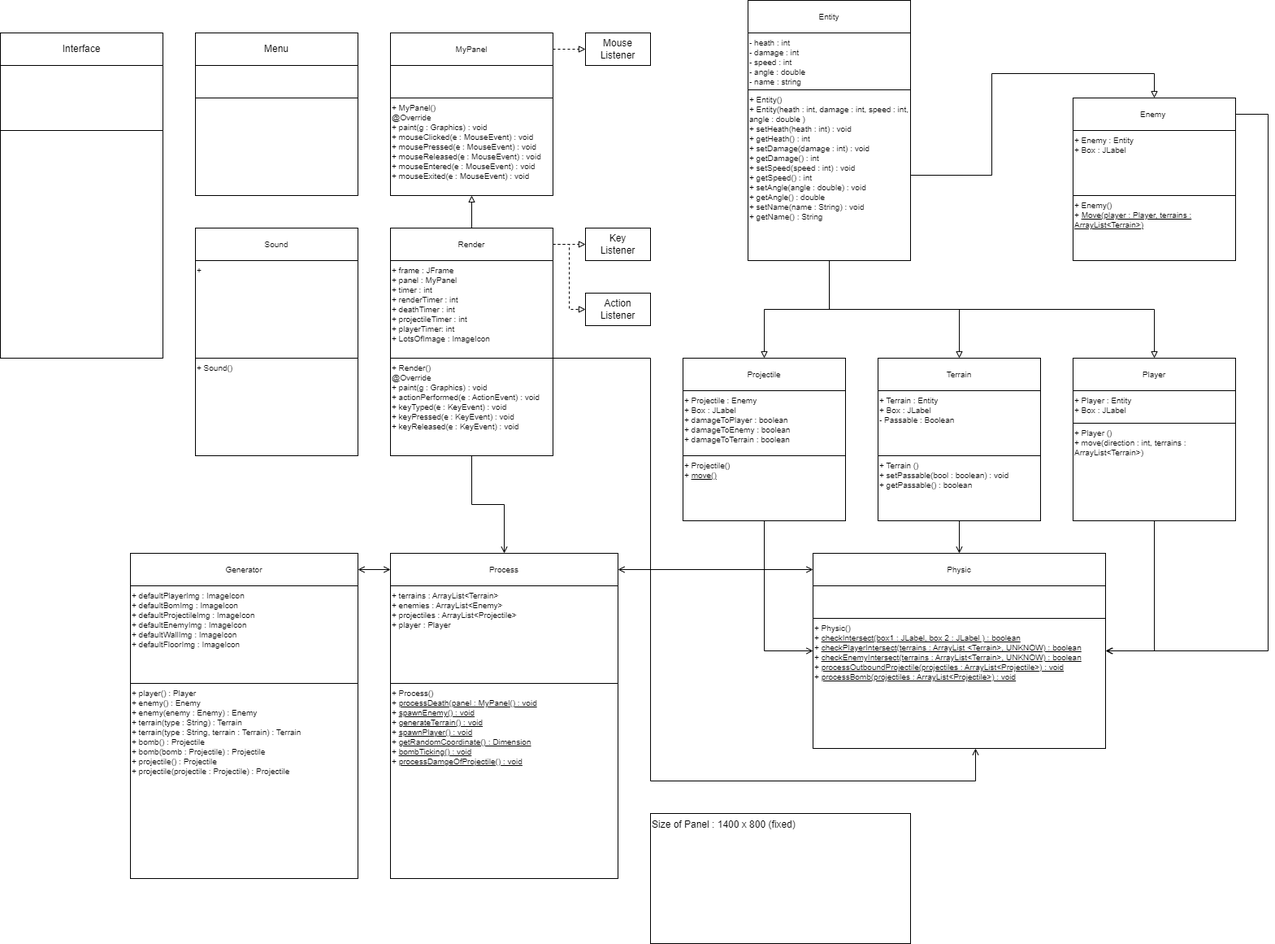
This is Guides/Class Diagram.drawio.png from Anh39/Bomberman, a draw.io export, as it was before one commit. Source tidied: cells renumbered, new cells last; positions are measured from the earlier drawing's top-left corner, leaving out a move shared by most shapes.
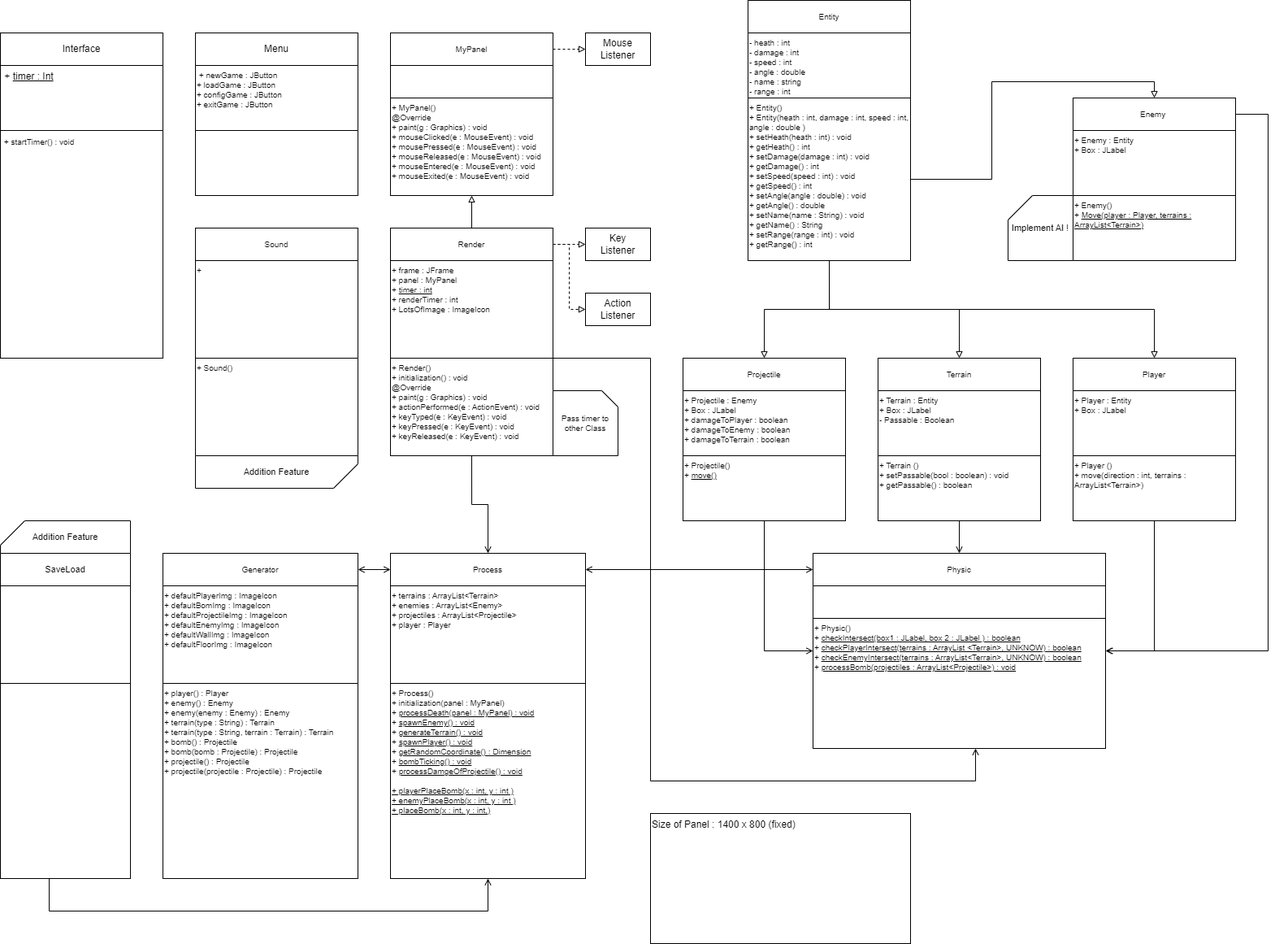
Later version of the same file.

Diff of the diagram source:
```diff
@@ -18,7 +18,7 @@
       <mxGeometry x="1320" y="440" width="200" height="40" as="geometry" />
     </mxCell>
     <mxCell id="7" value="+ Player : Entity&lt;br style=&quot;font-size: 10px;&quot;&gt;+ Box : JLabel" style="rounded=0;whiteSpace=wrap;html=1;align=left;verticalAlign=top;fontSize=10;" parent="1" vertex="1">
-      <mxGeometry x="1320" y="480" width="200" height="40" as="geometry" />
+      <mxGeometry x="1320" y="480" width="200" height="80" as="geometry" />
     </mxCell>
     <mxCell id="8" style="rounded=0;whiteSpace=wrap;html=1;fontSize=10;" parent="1" vertex="1">
       <mxGeometry x="920" width="200" height="320" as="geometry" />
@@ -38,11 +38,11 @@
     <mxCell id="13" style="edgeStyle=orthogonalEdgeStyle;rounded=0;jettySize=auto;html=1;exitX=1;exitY=0.5;exitDx=0;exitDy=0;entryX=0.5;entryY=0;entryDx=0;entryDy=0;endArrow=block;endFill=0;" parent="1" edge="1" source="14" target="18">
       <mxGeometry relative="1" as="geometry" />
     </mxCell>
-    <mxCell id="14" value="+ Entity()&lt;br&gt;+ Entity(heath : int, damage : int, speed : int, angle : double )&lt;br&gt;+ setHeath(heath : int) : void&lt;br&gt;+ getHeath() : int&lt;br&gt;+ setDamage(damage : int) : void&lt;br&gt;+ getDamage() : int&lt;br&gt;+ setSpeed(speed : int) : void&lt;br&gt;+ getSpeed() : int&lt;br&gt;+ setAngle(angle : double) : void&lt;br&gt;+ getAngle() : double&amp;nbsp;&lt;br&gt;+ setName(name : String) : void&lt;br&gt;+ getName() : String&lt;br&gt;&lt;div style=&quot;&quot;&gt;&lt;br&gt;&lt;/div&gt;" style="rounded=0;whiteSpace=wrap;html=1;fontSize=10;align=left;verticalAlign=top;" parent="1" vertex="1">
-      <mxGeometry x="920" y="110" width="200" height="210" as="geometry" />
+    <mxCell id="14" value="+ Entity()&lt;br&gt;+ Entity(heath : int, damage : int, speed : int, angle : double )&lt;br&gt;+ setHeath(heath : int) : void&lt;br&gt;+ getHeath() : int&lt;br&gt;+ setDamage(damage : int) : void&lt;br&gt;+ getDamage() : int&lt;br&gt;+ setSpeed(speed : int) : void&lt;br&gt;+ getSpeed() : int&lt;br&gt;+ setAngle(angle : double) : void&lt;br&gt;+ getAngle() : double&amp;nbsp;&lt;br&gt;+ setName(name : String) : void&lt;br&gt;+ getName() : String&lt;br&gt;&lt;div style=&quot;&quot;&gt;+ setRange(range : int) : void&lt;/div&gt;&lt;div style=&quot;&quot;&gt;+ getRange() : int&lt;/div&gt;" style="rounded=0;whiteSpace=wrap;html=1;fontSize=10;align=left;verticalAlign=top;" parent="1" vertex="1">
+      <mxGeometry x="920" y="120" width="200" height="200" as="geometry" />
     </mxCell>
-    <mxCell id="15" value="- heath : int&lt;br&gt;- damage : int&lt;br&gt;- speed : int&lt;br&gt;&lt;div style=&quot;&quot;&gt;&lt;span style=&quot;background-color: initial;&quot;&gt;- angle : double&lt;/span&gt;&lt;/div&gt;&lt;div style=&quot;&quot;&gt;&lt;span style=&quot;background-color: initial;&quot;&gt;- name : string&lt;/span&gt;&lt;/div&gt;&lt;div style=&quot;&quot;&gt;&lt;span style=&quot;background-color: initial;&quot;&gt;&amp;nbsp;&lt;/span&gt;&lt;/div&gt;" style="rounded=0;whiteSpace=wrap;html=1;fontSize=10;align=left;verticalAlign=top;" parent="1" vertex="1">
-      <mxGeometry x="920" y="40" width="200" height="70" as="geometry" />
+    <mxCell id="15" value="- heath : int&lt;br&gt;- damage : int&lt;br&gt;- speed : int&lt;br&gt;&lt;div style=&quot;&quot;&gt;&lt;span style=&quot;background-color: initial;&quot;&gt;- angle : double&lt;/span&gt;&lt;/div&gt;&lt;div style=&quot;&quot;&gt;&lt;span style=&quot;background-color: initial;&quot;&gt;- name : string&lt;/span&gt;&lt;/div&gt;&lt;div style=&quot;&quot;&gt;- range : int&lt;/div&gt;" style="rounded=0;whiteSpace=wrap;html=1;fontSize=10;align=left;verticalAlign=top;" parent="1" vertex="1">
+      <mxGeometry x="920" y="40" width="200" height="80" as="geometry" />
     </mxCell>
     <mxCell id="16" value="+ Enemy : Entity&lt;br&gt;&lt;div style=&quot;&quot;&gt;&lt;span style=&quot;background-color: initial;&quot;&gt;+ Box : JLabel&lt;/span&gt;&lt;/div&gt;" style="rounded=0;whiteSpace=wrap;html=1;fontSize=10;align=left;verticalAlign=top;" parent="1" vertex="1">
       <mxGeometry x="1320" y="160" width="200" height="80" as="geometry" />
@@ -81,7 +81,7 @@
       <mxGeometry relative="1" as="geometry" />
     </mxCell>
     <mxCell id="26" value="+ Player ()&lt;br&gt;+ move(direction : int, terrains : ArrayList&amp;lt;Terrain&amp;gt;)" style="rounded=0;whiteSpace=wrap;html=1;fontSize=10;align=left;verticalAlign=top;" parent="1" vertex="1">
-      <mxGeometry x="1320" y="520" width="200" height="120" as="geometry" />
+      <mxGeometry x="1320" y="560" width="200" height="80" as="geometry" />
     </mxCell>
     <mxCell id="27" style="rounded=0;whiteSpace=wrap;html=1;fontSize=10;" parent="1" vertex="1">
       <mxGeometry x="840" y="440" width="200" height="200" as="geometry" />
@@ -107,7 +107,7 @@
     <mxCell id="34" style="rounded=0;whiteSpace=wrap;html=1;fontSize=10;" parent="1" vertex="1">
       <mxGeometry x="1000" y="720" width="360" height="40" as="geometry" />
     </mxCell>
-    <mxCell id="35" value="&lt;span style=&quot;background-color: initial;&quot;&gt;+ Physic()&lt;/span&gt;&lt;br&gt;&lt;span style=&quot;background-color: initial;&quot;&gt;+ &lt;u&gt;checkIntersect(box1 : JLabel, box 2 : JLabel ) : boolean&lt;/u&gt;&lt;/span&gt;&lt;br&gt;&lt;span style=&quot;background-color: initial;&quot;&gt;+ &lt;u&gt;checkPlayerIntersect(terrains : ArrayList &amp;lt;Terrain&amp;gt;, UNKNOW) : boolean&lt;/u&gt;&lt;/span&gt;&lt;br&gt;&lt;span style=&quot;background-color: initial;&quot;&gt;+ &lt;u&gt;checkEnemyIntersect(terrains : ArrayList&amp;lt;Terrain&amp;gt;, UNKNOW) : boolean&lt;/u&gt;&lt;/span&gt;&lt;br&gt;&lt;span style=&quot;background-color: initial;&quot;&gt;+ &lt;u&gt;processOutboundProjectile(projectiles : ArrayList&amp;lt;Projectile&amp;gt;) : void&lt;/u&gt;&lt;/span&gt;&lt;br&gt;&lt;div style=&quot;&quot;&gt;&lt;span style=&quot;background-color: initial;&quot;&gt;+ &lt;u&gt;processBomb(projectiles : ArrayList&amp;lt;Projectile&amp;gt;) : void&lt;/u&gt;&lt;/span&gt;&lt;/div&gt;" style="rounded=0;whiteSpace=wrap;html=1;fontSize=10;align=left;verticalAlign=top;" parent="1" vertex="1">
+    <mxCell id="35" value="&lt;span style=&quot;background-color: initial;&quot;&gt;+ Physic()&lt;/span&gt;&lt;br&gt;&lt;span style=&quot;background-color: initial;&quot;&gt;+ &lt;u&gt;checkIntersect(box1 : JLabel, box 2 : JLabel ) : boolean&lt;/u&gt;&lt;/span&gt;&lt;br&gt;&lt;span style=&quot;background-color: initial;&quot;&gt;+ &lt;u&gt;checkPlayerIntersect(terrains : ArrayList &amp;lt;Terrain&amp;gt;, UNKNOW) : boolean&lt;/u&gt;&lt;/span&gt;&lt;br&gt;&lt;span style=&quot;background-color: initial;&quot;&gt;+ &lt;u&gt;checkEnemyIntersect(terrains : ArrayList&amp;lt;Terrain&amp;gt;, UNKNOW) : boolean&lt;/u&gt;&lt;/span&gt;&lt;br&gt;&lt;span style=&quot;background-color: initial;&quot;&gt;+ &lt;/span&gt;&lt;u style=&quot;background-color: initial;&quot;&gt;processBomb(projectiles : ArrayList&amp;lt;Projectile&amp;gt;) : void&lt;/u&gt;" style="rounded=0;whiteSpace=wrap;html=1;fontSize=10;align=left;verticalAlign=top;" parent="1" vertex="1">
       <mxGeometry x="1000" y="760" width="360" height="160" as="geometry" />
     </mxCell>
     <mxCell id="36" style="edgeStyle=orthogonalEdgeStyle;rounded=0;jettySize=auto;html=1;exitX=0.5;exitY=0;exitDx=0;exitDy=0;entryX=0.5;entryY=1;entryDx=0;entryDy=0;endArrow=block;endFill=0;" parent="1" edge="1" source="39" target="44">
@@ -122,7 +122,7 @@
     <mxCell id="39" value="Render" style="rounded=0;whiteSpace=wrap;html=1;fontSize=10;" parent="1" vertex="1">
       <mxGeometry x="480" y="280" width="200" height="40" as="geometry" />
     </mxCell>
-    <mxCell id="40" value="+ frame : JFrame&lt;br&gt;+ panel : MyPanel&lt;br&gt;+ timer : int&lt;br&gt;+ renderTimer : int&lt;br&gt;+ deathTimer : int&lt;br&gt;+ projectileTimer : int&lt;br&gt;+ playerTimer: int&lt;br&gt;+ LotsOfImage : ImageIcon" style="rounded=0;whiteSpace=wrap;html=1;fontSize=10;align=left;verticalAlign=top;" parent="1" vertex="1">
+    <mxCell id="40" value="+ frame : JFrame&lt;br&gt;+ panel : MyPanel&lt;br&gt;+ &lt;u&gt;timer : int&lt;/u&gt;&lt;br&gt;+ renderTimer : int&lt;br&gt;+ LotsOfImage : ImageIcon" style="rounded=0;whiteSpace=wrap;html=1;fontSize=10;align=left;verticalAlign=top;" parent="1" vertex="1">
       <mxGeometry x="480" y="320" width="200" height="120" as="geometry" />
     </mxCell>
     <mxCell id="41" style="edgeStyle=orthogonalEdgeStyle;rounded=0;jettySize=auto;html=1;exitX=1;exitY=0.5;exitDx=0;exitDy=0;entryX=0;entryY=0.5;entryDx=0;entryDy=0;endArrow=block;endFill=0;dashed=1;" parent="1" edge="1" source="42" target="71">
@@ -150,38 +150,38 @@
         </Array>
       </mxGeometry>
     </mxCell>
-    <mxCell id="47" value="+ Render()&lt;br&gt;@Override&lt;br&gt;+ paint(g : Graphics) : void&lt;br&gt;+&amp;nbsp;actionPerformed(e : ActionEvent) : void&lt;br&gt;+ keyTyped(e : KeyEvent) : void&lt;br&gt;+ keyPressed(e : KeyEvent) : void&lt;br&gt;+ keyReleased(e : KeyEvent) : void&lt;br&gt;" style="rounded=0;whiteSpace=wrap;html=1;fontSize=10;align=left;verticalAlign=top;" parent="1" vertex="1">
+    <mxCell id="47" value="+ Render()&lt;br&gt;+&amp;nbsp;initialization() : void&lt;br&gt;@Override&lt;br&gt;+ paint(g : Graphics) : void&lt;br&gt;+&amp;nbsp;actionPerformed(e : ActionEvent) : void&lt;br&gt;+ keyTyped(e : KeyEvent) : void&lt;br&gt;+ keyPressed(e : KeyEvent) : void&lt;br&gt;+ keyReleased(e : KeyEvent) : void" style="rounded=0;whiteSpace=wrap;html=1;fontSize=10;align=left;verticalAlign=top;" parent="1" vertex="1">
       <mxGeometry x="480" y="440" width="200" height="120" as="geometry" />
     </mxCell>
     <mxCell id="48" style="rounded=0;whiteSpace=wrap;html=1;fontSize=10;" parent="1" vertex="1">
-      <mxGeometry x="480" y="680" width="280" height="400" as="geometry" />
+      <mxGeometry x="480" y="680" width="240" height="400" as="geometry" />
     </mxCell>
     <mxCell id="49" style="edgeStyle=orthogonalEdgeStyle;rounded=0;jettySize=auto;html=1;exitX=1;exitY=0.5;exitDx=0;exitDy=0;entryX=0;entryY=0.5;entryDx=0;entryDy=0;endArrow=open;endFill=0;startArrow=open;startFill=0;" parent="1" edge="1" source="50" target="33">
       <mxGeometry relative="1" as="geometry" />
     </mxCell>
     <mxCell id="50" value="Process" style="rounded=0;whiteSpace=wrap;html=1;fontSize=10;" parent="1" vertex="1">
-      <mxGeometry x="480" y="680" width="280" height="40" as="geometry" />
+      <mxGeometry x="480" y="680" width="240" height="40" as="geometry" />
     </mxCell>
     <mxCell id="51" value="+ terrains : ArrayList&amp;lt;Terrain&amp;gt;&lt;br&gt;+ enemies : ArrayList&amp;lt;Enemy&amp;gt;&lt;br&gt;+ projectiles : ArrayList&amp;lt;Projectile&amp;gt;&lt;br&gt;+ player : Player" style="rounded=0;whiteSpace=wrap;html=1;fontSize=10;align=left;verticalAlign=top;" parent="1" vertex="1">
-      <mxGeometry x="480" y="720" width="280" height="120" as="geometry" />
+      <mxGeometry x="480" y="720" width="240" height="120" as="geometry" />
     </mxCell>
     <mxCell id="52" style="rounded=0;whiteSpace=wrap;html=1;fontSize=10;" parent="1" vertex="1">
-      <mxGeometry x="160" y="680" width="280" height="400" as="geometry" />
+      <mxGeometry x="200" y="680" width="240" height="400" as="geometry" />
     </mxCell>
     <mxCell id="53" style="edgeStyle=orthogonalEdgeStyle;rounded=0;jettySize=auto;html=1;exitX=1;exitY=0.5;exitDx=0;exitDy=0;entryX=0;entryY=0.5;entryDx=0;entryDy=0;startArrow=open;startFill=0;endArrow=open;endFill=0;" parent="1" edge="1" source="54" target="50">
       <mxGeometry relative="1" as="geometry" />
     </mxCell>
     <mxCell id="54" value="Generator" style="rounded=0;whiteSpace=wrap;html=1;fontSize=10;" parent="1" vertex="1">
-      <mxGeometry x="160" y="680" width="280" height="40" as="geometry" />
+      <mxGeometry x="200" y="680" width="240" height="40" as="geometry" />
     </mxCell>
     <mxCell id="55" value="+ defaultPlayerImg : ImageIcon&lt;br&gt;+ defaultBomImg : ImageIcon&lt;br&gt;+ defaultProjectileImg : ImageIcon&lt;br&gt;+ defaultEnemyImg : ImageIcon&lt;br&gt;+ defaultWallImg : ImageIcon&lt;br&gt;+ defaultFloorImg : ImageIcon" style="rounded=0;whiteSpace=wrap;html=1;fontSize=10;align=left;verticalAlign=top;" parent="1" vertex="1">
-      <mxGeometry x="160" y="720" width="280" height="120" as="geometry" />
+      <mxGeometry x="200" y="720" width="240" height="120" as="geometry" />
     </mxCell>
     <mxCell id="56" value="+ player() : Player&lt;br&gt;+ enemy() : Enemy&lt;br&gt;+ enemy(enemy : Enemy) : Enemy&lt;br&gt;+ terrain(type : String) : Terrain&lt;br&gt;+ terrain(type : String, terrain : Terrain) : Terrain&lt;br&gt;+ bomb() : Projectile&lt;br&gt;+ bomb(bomb : Projectile) : Projectile&amp;nbsp;&lt;br&gt;+ projectile() : Projectile&lt;br&gt;+ projectile(projectile : Projectile) : Projectile&amp;nbsp;" style="rounded=0;whiteSpace=wrap;html=1;fontSize=10;align=left;verticalAlign=top;" parent="1" vertex="1">
-      <mxGeometry x="160" y="840" width="280" height="240" as="geometry" />
+      <mxGeometry x="200" y="840" width="240" height="240" as="geometry" />
     </mxCell>
-    <mxCell id="57" value="+ Process()&lt;br&gt;+ &lt;u&gt;processDeath(panel : MyPanel() : void&lt;/u&gt;&lt;br&gt;+ &lt;u&gt;spawnEnemy() : void&lt;/u&gt;&lt;br&gt;+ &lt;u&gt;generateTerrain() : void&lt;/u&gt;&lt;br&gt;+ &lt;u&gt;spawnPlayer() : void&lt;/u&gt;&lt;br&gt;+ &lt;u&gt;getRandomCoordinate() : Dimension&lt;/u&gt;&lt;br&gt;+ &lt;u&gt;bombTicking() : void&lt;/u&gt;&lt;br&gt;+ &lt;u&gt;processDamgeOfProjectile() : void&lt;/u&gt;" style="rounded=0;whiteSpace=wrap;html=1;fontSize=10;align=left;verticalAlign=top;" parent="1" vertex="1">
-      <mxGeometry x="480" y="840" width="280" height="240" as="geometry" />
+    <mxCell id="57" value="+ Process()&lt;br&gt;+&amp;nbsp;initialization(panel : MyPanel)&lt;br&gt;+ &lt;u&gt;processDeath(panel : MyPanel) : void&lt;/u&gt;&lt;br&gt;+ &lt;u&gt;spawnEnemy() : void&lt;/u&gt;&lt;br&gt;+ &lt;u&gt;generateTerrain() : void&lt;/u&gt;&lt;br&gt;+ &lt;u&gt;spawnPlayer() : void&lt;/u&gt;&lt;br&gt;+ &lt;u&gt;getRandomCoordinate() : Dimension&lt;/u&gt;&lt;br&gt;+ &lt;u&gt;bombTicking() : void&lt;/u&gt;&lt;br&gt;+ &lt;u&gt;processDamgeOfProjectile() : void&lt;br&gt;&lt;br&gt;+ playerPlaceBomb(x : int, y : int )&lt;br&gt;+ enemyPlaceBomb(x : int, y : int )&lt;br&gt;+ placeBomb(x : int, y : int,)&lt;br&gt;&lt;/u&gt;" style="rounded=0;whiteSpace=wrap;html=1;fontSize=10;align=left;verticalAlign=top;" parent="1" vertex="1">
+      <mxGeometry x="480" y="840" width="240" height="240" as="geometry" />
     </mxCell>
     <mxCell id="58" style="rounded=0;whiteSpace=wrap;html=1;fontSize=10;" parent="1" vertex="1">
       <mxGeometry x="240" y="280" width="200" height="280" as="geometry" />
@@ -204,11 +204,11 @@
     <mxCell id="64" value="Menu" style="rounded=0;whiteSpace=wrap;html=1;" parent="1" vertex="1">
       <mxGeometry x="240" y="40" width="200" height="40" as="geometry" />
     </mxCell>
-    <mxCell id="65" style="rounded=0;whiteSpace=wrap;html=1;" parent="1" vertex="1">
-      <mxGeometry x="240" y="80" width="200" height="40" as="geometry" />
+    <mxCell id="65" value="&amp;nbsp;+ newGame : JButton&lt;br style=&quot;font-size: 10px;&quot;&gt;+ loadGame : JButton&lt;br style=&quot;font-size: 10px;&quot;&gt;+ configGame : JButton&lt;br style=&quot;font-size: 10px;&quot;&gt;+ exitGame : JButton" style="rounded=0;whiteSpace=wrap;html=1;fontSize=10;verticalAlign=top;align=left;" parent="1" vertex="1">
+      <mxGeometry x="240" y="80" width="200" height="80" as="geometry" />
     </mxCell>
     <mxCell id="66" style="rounded=0;whiteSpace=wrap;html=1;" parent="1" vertex="1">
-      <mxGeometry x="240" y="120" width="200" height="120" as="geometry" />
+      <mxGeometry x="240" y="160" width="200" height="80" as="geometry" />
     </mxCell>
     <mxCell id="67" style="rounded=0;whiteSpace=wrap;html=1;" parent="1" vertex="1">
       <mxGeometry y="40" width="200" height="400" as="geometry" />
@@ -216,10 +216,10 @@
     <mxCell id="68" value="Interface" style="rounded=0;whiteSpace=wrap;html=1;" parent="1" vertex="1">
       <mxGeometry y="40" width="200" height="40" as="geometry" />
     </mxCell>
-    <mxCell id="69" style="rounded=0;whiteSpace=wrap;html=1;" parent="1" vertex="1">
+    <mxCell id="69" value="&amp;nbsp;+ &lt;u&gt;timer : Int&lt;/u&gt;" style="rounded=0;whiteSpace=wrap;html=1;align=left;verticalAlign=top;" parent="1" vertex="1">
       <mxGeometry y="80" width="200" height="80" as="geometry" />
     </mxCell>
-    <mxCell id="70" style="rounded=0;whiteSpace=wrap;html=1;" parent="1" vertex="1">
+    <mxCell id="70" value="&lt;font size=&quot;1&quot;&gt;&amp;nbsp;+ startTimer() : void&lt;/font&gt;" style="rounded=0;whiteSpace=wrap;html=1;align=left;verticalAlign=top;" parent="1" vertex="1">
       <mxGeometry y="160" width="200" height="280" as="geometry" />
     </mxCell>
     <mxCell id="71" value="Mouse Listener" style="rounded=0;whiteSpace=wrap;html=1;" parent="1" vertex="1">
@@ -234,5 +234,37 @@
     <mxCell id="74" value="Size of Panel : 1400 x 800 (fixed)" style="rounded=0;whiteSpace=wrap;html=1;align=left;verticalAlign=top;" parent="1" vertex="1">
       <mxGeometry x="800" y="1000" width="320" height="160" as="geometry" />
     </mxCell>
+    <mxCell id="75" value="Pass timer to other Class" style="shape=card;whiteSpace=wrap;html=1;fontSize=10;size=20;direction=east;flipV=0;flipH=1;" parent="1" vertex="1">
+      <mxGeometry x="680" y="480" width="80" height="80" as="geometry" />
+    </mxCell>
+    <mxCell id="76" value="Implement AI !" style="shape=card;whiteSpace=wrap;html=1;fontSize=11;" parent="1" vertex="1">
+      <mxGeometry x="1240" y="240" width="80" height="80" as="geometry" />
+    </mxCell>
+    <mxCell id="77" style="edgeStyle=orthogonalEdgeStyle;rounded=0;jettySize=auto;html=1;exitX=0.5;exitY=1;exitDx=0;exitDy=0;entryX=0.5;entryY=1;entryDx=0;entryDy=0;fontSize=11;startArrow=none;startFill=0;endArrow=open;endFill=0;" parent="1" edge="1" source="78" target="57">
+      <mxGeometry relative="1" as="geometry">
+        <Array as="points">
+          <mxPoint x="60" y="1120" />
+          <mxPoint x="600" y="1120" />
+        </Array>
+      </mxGeometry>
+    </mxCell>
+    <mxCell id="78" style="rounded=0;whiteSpace=wrap;html=1;fontSize=11;" parent="1" vertex="1">
+      <mxGeometry y="680" width="160" height="400" as="geometry" />
+    </mxCell>
+    <mxCell id="79" style="edgeStyle=orthogonalEdgeStyle;rounded=0;orthogonalLoop=1;jettySize=auto;html=1;exitX=0.5;exitY=1;exitDx=0;exitDy=0;fontSize=11;startArrow=none;startFill=0;endArrow=open;endFill=0;" parent="1" edge="1" source="78" target="78">
+      <mxGeometry relative="1" as="geometry" />
+    </mxCell>
+    <mxCell id="80" value="SaveLoad" style="rounded=0;whiteSpace=wrap;html=1;fontSize=11;" parent="1" vertex="1">
+      <mxGeometry y="680" width="160" height="40" as="geometry" />
+    </mxCell>
+    <mxCell id="81" style="rounded=0;whiteSpace=wrap;html=1;fontSize=11;" parent="1" vertex="1">
+      <mxGeometry y="720" width="160" height="120" as="geometry" />
+    </mxCell>
+    <mxCell id="82" value="Addition Feature" style="shape=card;whiteSpace=wrap;html=1;fontSize=11;" parent="1" vertex="1">
+      <mxGeometry y="640" width="160" height="40" as="geometry" />
+    </mxCell>
+    <mxCell id="83" value="Addition Feature" style="shape=card;whiteSpace=wrap;html=1;fontSize=11;flipV=1;flipH=1;" parent="1" vertex="1">
+      <mxGeometry x="240" y="560" width="200" height="40" as="geometry" />
+    </mxCell>
   </root>
 </mxGraphModel>
```
